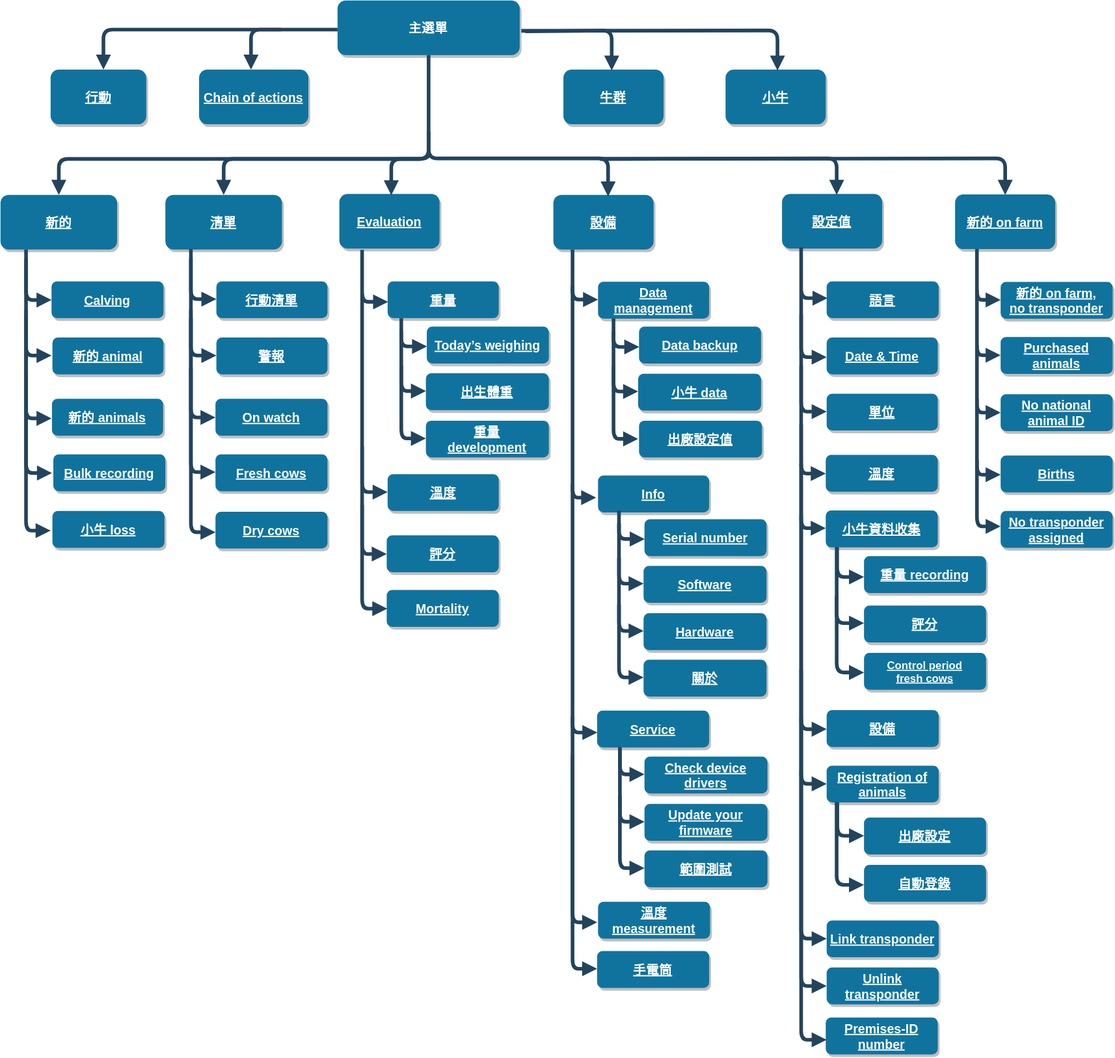
Above: content/zh/docs/menu/menu-tree.svg in erjoh001/vitalcontrol.de (draw.io), before the change. Source tidied: cells renumbered, new cells last; positions are measured from the earlier drawing's top-left corner, leaving out a move shared by most shapes.
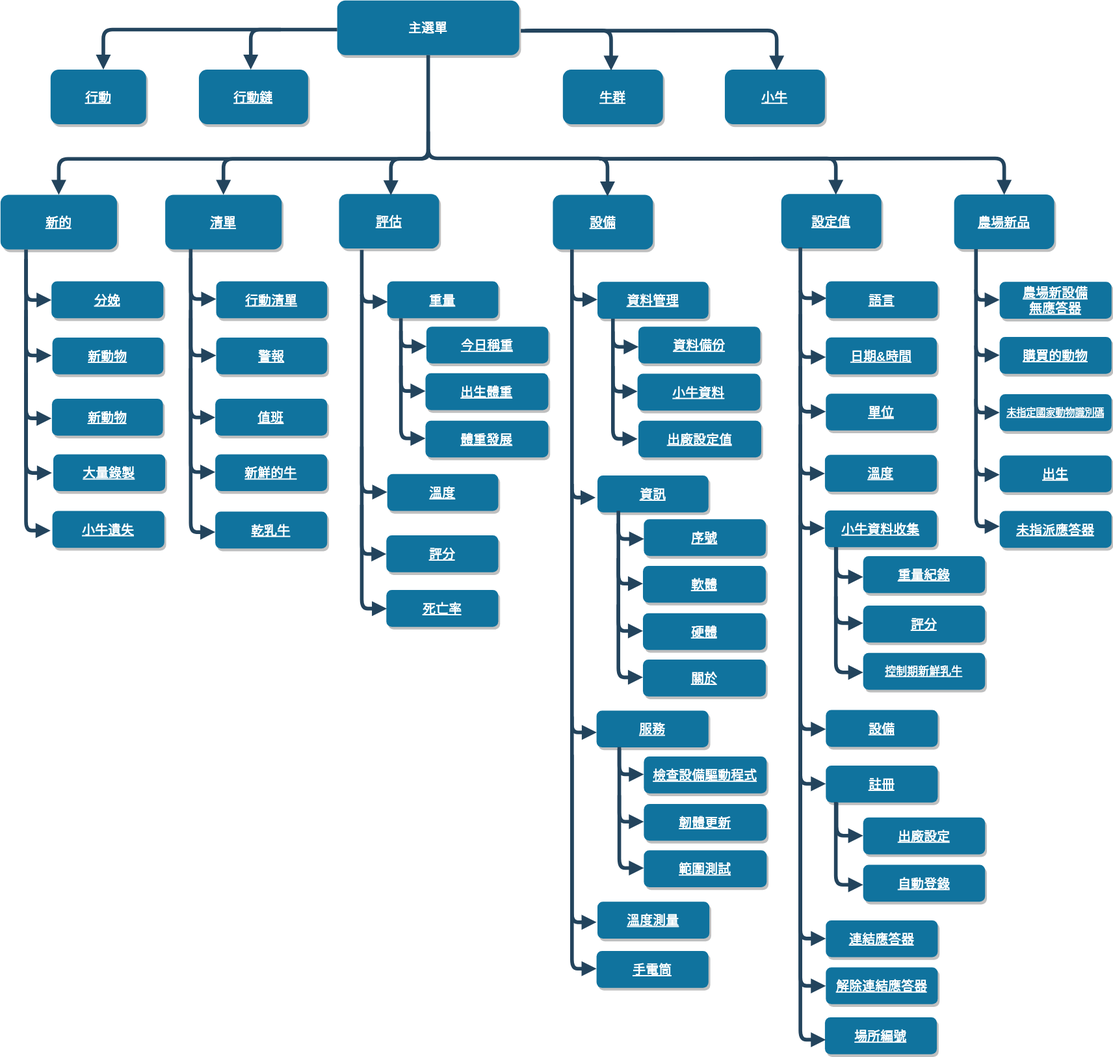
Above is the later version.

Diff of the diagram source:
```diff
@@ -16,3 +16,3 @@
     </mxCell>
-    <mxCell id="6" value="Chain of actions" style="rounded=1;fillColor=#10739E;strokeColor=none;shadow=1;gradientColor=none;fontStyle=5;fontColor=#FFFFFF;fontSize=14;" parent="1" vertex="1">
+    <mxCell id="6" value="行動鏈" style="rounded=1;fillColor=#10739E;strokeColor=none;shadow=1;gradientColor=none;fontStyle=5;fontColor=#FFFFFF;fontSize=14;" parent="1" vertex="1">
       <mxGeometry x="243" y="76" width="120" height="60" as="geometry" />
@@ -68,6 +68,6 @@
     </mxCell>
-    <mxCell id="14" value="On watch" style="rounded=1;fillColor=#10739E;strokeColor=none;shadow=1;gradientColor=none;fontStyle=5;fontColor=#FFFFFF;fontSize=14;" parent="1" vertex="1">
+    <mxCell id="14" value="值班" style="rounded=1;fillColor=#10739E;strokeColor=none;shadow=1;gradientColor=none;fontStyle=5;fontColor=#FFFFFF;fontSize=14;" parent="1" vertex="1">
       <mxGeometry x="261" y="437.5" width="123" height="40.5" as="geometry" />
     </mxCell>
-    <mxCell id="15" value="Fresh cows" style="rounded=1;fillColor=#10739E;strokeColor=none;shadow=1;gradientColor=none;fontStyle=5;fontColor=#FFFFFF;fontSize=14;" parent="1" vertex="1">
+    <mxCell id="15" value="新鮮的牛" style="rounded=1;fillColor=#10739E;strokeColor=none;shadow=1;gradientColor=none;fontStyle=5;fontColor=#FFFFFF;fontSize=14;" parent="1" vertex="1">
       <mxGeometry x="261" y="498.5" width="123" height="40.5" as="geometry" />
@@ -111,3 +111,3 @@
     </mxCell>
-    <mxCell id="20" value="Dry cows" style="rounded=1;fillColor=#10739E;strokeColor=none;shadow=1;gradientColor=none;fontStyle=5;fontColor=#FFFFFF;fontSize=14;" parent="1" vertex="1">
+    <mxCell id="20" value="乾乳牛" style="rounded=1;fillColor=#10739E;strokeColor=none;shadow=1;gradientColor=none;fontStyle=5;fontColor=#FFFFFF;fontSize=14;" parent="1" vertex="1">
       <mxGeometry x="261" y="561.5" width="123" height="40.5" as="geometry" />
@@ -117,3 +117,3 @@
     </mxCell>
-    <mxCell id="22" value="Evaluation" style="rounded=1;fillColor=#10739E;strokeColor=none;shadow=1;gradientColor=none;fontStyle=5;fontColor=#FFFFFF;fontSize=14;" parent="1" vertex="1">
+    <mxCell id="22" value="評估" style="rounded=1;fillColor=#10739E;strokeColor=none;shadow=1;gradientColor=none;fontStyle=5;fontColor=#FFFFFF;fontSize=14;" parent="1" vertex="1">
       <mxGeometry x="397" y="212.5" width="110" height="60" as="geometry" />
@@ -148,3 +148,3 @@
     </mxCell>
-    <mxCell id="30" value="Mortality" style="rounded=1;fillColor=#10739E;strokeColor=none;shadow=1;gradientColor=none;fontStyle=5;fontColor=#FFFFFF;fontSize=14;" parent="1" vertex="1">
+    <mxCell id="30" value="死亡率" style="rounded=1;fillColor=#10739E;strokeColor=none;shadow=1;gradientColor=none;fontStyle=5;fontColor=#FFFFFF;fontSize=14;" parent="1" vertex="1">
       <mxGeometry x="449" y="647.5" width="123" height="40.5" as="geometry" />
@@ -190,3 +190,3 @@
     </mxCell>
-    <mxCell id="35" value="Today’s weighing" style="rounded=1;fillColor=#10739E;strokeColor=none;shadow=1;gradientColor=none;fontStyle=5;fontColor=#FFFFFF;fontSize=14;" parent="1" vertex="1">
+    <mxCell id="35" value="今日稱重" style="rounded=1;fillColor=#10739E;strokeColor=none;shadow=1;gradientColor=none;fontStyle=5;fontColor=#FFFFFF;fontSize=14;" parent="1" vertex="1">
       <mxGeometry x="493" y="358.2" width="134" height="40.5" as="geometry" />
@@ -196,3 +196,3 @@
     </mxCell>
-    <mxCell id="37" value="重量&#10;development" style="rounded=1;fillColor=#10739E;strokeColor=none;shadow=1;gradientColor=none;fontStyle=5;fontColor=#FFFFFF;fontSize=14;" parent="1" vertex="1">
+    <mxCell id="37" value="體重發展" style="rounded=1;fillColor=#10739E;strokeColor=none;shadow=1;gradientColor=none;fontStyle=5;fontColor=#FFFFFF;fontSize=14;" parent="1" vertex="1">
       <mxGeometry x="492" y="461.5" width="135" height="40.5" as="geometry" />
@@ -240,12 +240,12 @@
     </mxCell>
-    <mxCell id="42" value="Data&#10;management" style="rounded=1;fillColor=#10739E;strokeColor=none;shadow=1;gradientColor=none;fontStyle=5;fontColor=#FFFFFF;fontSize=14;" parent="1" vertex="1">
+    <mxCell id="42" value="資料管理" style="rounded=1;fillColor=#10739E;strokeColor=none;shadow=1;gradientColor=none;fontStyle=5;fontColor=#FFFFFF;fontSize=14;" parent="1" vertex="1">
       <mxGeometry x="681" y="309" width="122" height="40.5" as="geometry" />
     </mxCell>
-    <mxCell id="43" value="Info" style="rounded=1;fillColor=#10739E;strokeColor=none;shadow=1;gradientColor=none;fontStyle=5;fontColor=#FFFFFF;fontSize=14;" parent="1" vertex="1">
+    <mxCell id="43" value="資訊" style="rounded=1;fillColor=#10739E;strokeColor=none;shadow=1;gradientColor=none;fontStyle=5;fontColor=#FFFFFF;fontSize=14;" parent="1" vertex="1">
       <mxGeometry x="681" y="521.8" width="122" height="40.5" as="geometry" />
     </mxCell>
-    <mxCell id="44" value="Service" style="rounded=1;fillColor=#10739E;strokeColor=none;shadow=1;gradientColor=none;fontStyle=5;fontColor=#FFFFFF;fontSize=14;" parent="1" vertex="1">
+    <mxCell id="44" value="服務" style="rounded=1;fillColor=#10739E;strokeColor=none;shadow=1;gradientColor=none;fontStyle=5;fontColor=#FFFFFF;fontSize=14;" parent="1" vertex="1">
       <mxGeometry x="680" y="780" width="123" height="40.5" as="geometry" />
     </mxCell>
-    <mxCell id="45" value="溫度&#10;measurement" style="rounded=1;fillColor=#10739E;strokeColor=none;shadow=1;gradientColor=none;fontStyle=5;fontColor=#FFFFFF;fontSize=14;" parent="1" vertex="1">
+    <mxCell id="45" value="溫度測量" style="rounded=1;fillColor=#10739E;strokeColor=none;shadow=1;gradientColor=none;fontStyle=5;fontColor=#FFFFFF;fontSize=14;" parent="1" vertex="1">
       <mxGeometry x="681" y="990" width="123" height="40.5" as="geometry" />
@@ -301,6 +301,6 @@
     </mxCell>
-    <mxCell id="52" value="Data backup" style="rounded=1;fillColor=#10739E;strokeColor=none;shadow=1;gradientColor=none;fontStyle=5;fontColor=#FFFFFF;fontSize=14;" parent="1" vertex="1">
+    <mxCell id="52" value="資料備份" style="rounded=1;fillColor=#10739E;strokeColor=none;shadow=1;gradientColor=none;fontStyle=5;fontColor=#FFFFFF;fontSize=14;" parent="1" vertex="1">
       <mxGeometry x="726" y="358.2" width="134" height="40.5" as="geometry" />
     </mxCell>
-    <mxCell id="53" value="小牛 data" style="rounded=1;fillColor=#10739E;strokeColor=none;shadow=1;gradientColor=none;fontStyle=5;fontColor=#FFFFFF;fontSize=14;" parent="1" vertex="1">
+    <mxCell id="53" value="小牛資料" style="rounded=1;fillColor=#10739E;strokeColor=none;shadow=1;gradientColor=none;fontStyle=5;fontColor=#FFFFFF;fontSize=14;" parent="1" vertex="1">
       <mxGeometry x="725" y="410" width="135" height="40.5" as="geometry" />
@@ -342,9 +342,9 @@
     </mxCell>
-    <mxCell id="58" value="Serial number" style="rounded=1;fillColor=#10739E;strokeColor=none;shadow=1;gradientColor=none;fontStyle=5;fontColor=#FFFFFF;fontSize=14;" parent="1" vertex="1">
+    <mxCell id="58" value="序號" style="rounded=1;fillColor=#10739E;strokeColor=none;shadow=1;gradientColor=none;fontStyle=5;fontColor=#FFFFFF;fontSize=14;" parent="1" vertex="1">
       <mxGeometry x="732" y="569.8" width="134" height="40.5" as="geometry" />
     </mxCell>
-    <mxCell id="59" value="Software" style="rounded=1;fillColor=#10739E;strokeColor=none;shadow=1;gradientColor=none;fontStyle=5;fontColor=#FFFFFF;fontSize=14;" parent="1" vertex="1">
+    <mxCell id="59" value="軟體" style="rounded=1;fillColor=#10739E;strokeColor=none;shadow=1;gradientColor=none;fontStyle=5;fontColor=#FFFFFF;fontSize=14;" parent="1" vertex="1">
       <mxGeometry x="731" y="621" width="135" height="40.5" as="geometry" />
     </mxCell>
-    <mxCell id="60" value="Hardware" style="rounded=1;fillColor=#10739E;strokeColor=none;shadow=1;gradientColor=none;fontStyle=5;fontColor=#FFFFFF;fontSize=14;" parent="1" vertex="1">
+    <mxCell id="60" value="硬體" style="rounded=1;fillColor=#10739E;strokeColor=none;shadow=1;gradientColor=none;fontStyle=5;fontColor=#FFFFFF;fontSize=14;" parent="1" vertex="1">
       <mxGeometry x="731" y="673" width="135" height="40.5" as="geometry" />
@@ -396,6 +396,6 @@
     </mxCell>
-    <mxCell id="66" value="Check device&#10;drivers" style="rounded=1;fillColor=#10739E;strokeColor=none;shadow=1;gradientColor=none;fontStyle=5;fontColor=#FFFFFF;fontSize=14;" parent="1" vertex="1">
+    <mxCell id="66" value="檢查設備驅動程式" style="rounded=1;fillColor=#10739E;strokeColor=none;shadow=1;gradientColor=none;fontStyle=5;fontColor=#FFFFFF;fontSize=14;" parent="1" vertex="1">
       <mxGeometry x="732" y="830.5" width="135" height="40.5" as="geometry" />
     </mxCell>
-    <mxCell id="67" value="Update your&#10;firmware" style="rounded=1;fillColor=#10739E;strokeColor=none;shadow=1;gradientColor=none;fontStyle=5;fontColor=#FFFFFF;fontSize=14;" parent="1" vertex="1">
+    <mxCell id="67" value="韌體更新" style="rounded=1;fillColor=#10739E;strokeColor=none;shadow=1;gradientColor=none;fontStyle=5;fontColor=#FFFFFF;fontSize=14;" parent="1" vertex="1">
       <mxGeometry x="732" y="882.5" width="135" height="40.5" as="geometry" />
@@ -435,3 +435,3 @@
     </mxCell>
-    <mxCell id="72" value="Date &amp; Time" style="rounded=1;fillColor=#10739E;strokeColor=none;shadow=1;gradientColor=none;fontStyle=5;fontColor=#FFFFFF;fontSize=14;" parent="1" vertex="1">
+    <mxCell id="72" value="日期&amp;時間" style="rounded=1;fillColor=#10739E;strokeColor=none;shadow=1;gradientColor=none;fontStyle=5;fontColor=#FFFFFF;fontSize=14;" parent="1" vertex="1">
       <mxGeometry x="932" y="370.1" width="122" height="40.5" as="geometry" />
@@ -483,3 +483,3 @@
     </mxCell>
-    <mxCell id="80" value="Registration of&#10;animals" style="rounded=1;fillColor=#10739E;strokeColor=none;shadow=1;gradientColor=none;fontStyle=5;fontColor=#FFFFFF;fontSize=14;" parent="1" vertex="1">
+    <mxCell id="80" value="註冊" style="rounded=1;fillColor=#10739E;strokeColor=none;shadow=1;gradientColor=none;fontStyle=5;fontColor=#FFFFFF;fontSize=14;" parent="1" vertex="1">
       <mxGeometry x="932" y="840.4" width="123" height="40.5" as="geometry" />
@@ -495,3 +495,3 @@
     </mxCell>
-    <mxCell id="82" value="重量 recording" style="rounded=1;fillColor=#10739E;strokeColor=none;shadow=1;gradientColor=none;fontStyle=5;fontColor=#FFFFFF;fontSize=14;" parent="1" vertex="1">
+    <mxCell id="82" value="重量紀錄" style="rounded=1;fillColor=#10739E;strokeColor=none;shadow=1;gradientColor=none;fontStyle=5;fontColor=#FFFFFF;fontSize=14;" parent="1" vertex="1">
       <mxGeometry x="973" y="610.4" width="134" height="40.5" as="geometry" />
@@ -586,9 +586,9 @@
     </mxCell>
-    <mxCell id="93" value="Calving" style="rounded=1;fillColor=#10739E;strokeColor=none;shadow=1;gradientColor=none;fontStyle=5;fontColor=#FFFFFF;fontSize=14;" parent="1" vertex="1">
+    <mxCell id="93" value="分娩" style="rounded=1;fillColor=#10739E;strokeColor=none;shadow=1;gradientColor=none;fontStyle=5;fontColor=#FFFFFF;fontSize=14;" parent="1" vertex="1">
       <mxGeometry x="81" y="308.5" width="123" height="40.5" as="geometry" />
     </mxCell>
-    <mxCell id="94" value="新的 animals" style="rounded=1;fillColor=#10739E;strokeColor=none;shadow=1;gradientColor=none;fontStyle=5;fontColor=#FFFFFF;fontSize=14;" parent="1" vertex="1">
+    <mxCell id="94" value="新動物" style="rounded=1;fillColor=#10739E;strokeColor=none;shadow=1;gradientColor=none;fontStyle=5;fontColor=#FFFFFF;fontSize=14;" parent="1" vertex="1">
       <mxGeometry x="81.5" y="437.5" width="122" height="40.5" as="geometry" />
     </mxCell>
-    <mxCell id="95" value="新的 animal" style="rounded=1;fillColor=#10739E;strokeColor=none;shadow=1;gradientColor=none;fontStyle=5;fontColor=#FFFFFF;fontSize=14;" parent="1" vertex="1">
+    <mxCell id="95" value="新動物" style="rounded=1;fillColor=#10739E;strokeColor=none;shadow=1;gradientColor=none;fontStyle=5;fontColor=#FFFFFF;fontSize=14;" parent="1" vertex="1">
       <mxGeometry x="82" y="370.2" width="122" height="40.5" as="geometry" />
@@ -605,6 +605,6 @@
     </mxCell>
-    <mxCell id="97" value="Bulk recording" style="rounded=1;fillColor=#10739E;strokeColor=none;shadow=1;gradientColor=none;fontStyle=5;fontColor=#FFFFFF;fontSize=14;" parent="1" vertex="1">
+    <mxCell id="97" value="大量錄製" style="rounded=1;fillColor=#10739E;strokeColor=none;shadow=1;gradientColor=none;fontStyle=5;fontColor=#FFFFFF;fontSize=14;" parent="1" vertex="1">
       <mxGeometry x="83" y="498.5" width="123" height="40.5" as="geometry" />
     </mxCell>
-    <mxCell id="98" value="小牛 loss" style="rounded=1;fillColor=#10739E;strokeColor=none;shadow=1;gradientColor=none;fontStyle=5;fontColor=#FFFFFF;fontSize=14;" parent="1" vertex="1">
+    <mxCell id="98" value="小牛遺失" style="rounded=1;fillColor=#10739E;strokeColor=none;shadow=1;gradientColor=none;fontStyle=5;fontColor=#FFFFFF;fontSize=14;" parent="1" vertex="1">
       <mxGeometry x="82" y="560.8" width="123" height="40.5" as="geometry" />
@@ -626,3 +626,3 @@
     </mxCell>
-    <mxCell id="101" value="Control period&#10;fresh cows" style="rounded=1;fillColor=#10739E;strokeColor=none;shadow=1;gradientColor=none;fontStyle=5;fontColor=#FFFFFF;fontSize=12;" parent="1" vertex="1">
+    <mxCell id="101" value="控制期新鮮乳牛" style="rounded=1;fillColor=#10739E;strokeColor=none;shadow=1;gradientColor=none;fontStyle=5;fontColor=#FFFFFF;fontSize=12;" parent="1" vertex="1">
       <mxGeometry x="973" y="716.6" width="134" height="40.5" as="geometry" />
@@ -667,3 +667,3 @@
     </mxCell>
-    <mxCell id="107" value="Link transponder" style="rounded=1;fillColor=#10739E;strokeColor=none;shadow=1;gradientColor=none;fontStyle=5;fontColor=#FFFFFF;fontSize=14;" parent="1" vertex="1">
+    <mxCell id="107" value="連結應答器" style="rounded=1;fillColor=#10739E;strokeColor=none;shadow=1;gradientColor=none;fontStyle=5;fontColor=#FFFFFF;fontSize=14;" parent="1" vertex="1">
       <mxGeometry x="932" y="1010.4" width="123" height="40.5" as="geometry" />
@@ -680,3 +680,3 @@
     </mxCell>
-    <mxCell id="109" value="Premises-ID&#10;number" style="rounded=1;fillColor=#10739E;strokeColor=none;shadow=1;gradientColor=none;fontStyle=5;fontColor=#FFFFFF;fontSize=14;" parent="1" vertex="1">
+    <mxCell id="109" value="場所編號" style="rounded=1;fillColor=#10739E;strokeColor=none;shadow=1;gradientColor=none;fontStyle=5;fontColor=#FFFFFF;fontSize=14;" parent="1" vertex="1">
       <mxGeometry x="931" y="1117" width="123" height="40.5" as="geometry" />
@@ -705,3 +705,3 @@
     </mxCell>
-    <mxCell id="113" value="新的 on farm" style="rounded=1;fillColor=#10739E;strokeColor=none;shadow=1;gradientColor=none;fontStyle=5;fontColor=#FFFFFF;fontSize=14;" parent="1" vertex="1">
+    <mxCell id="113" value="農場新品" style="rounded=1;fillColor=#10739E;strokeColor=none;shadow=1;gradientColor=none;fontStyle=5;fontColor=#FFFFFF;fontSize=14;" parent="1" vertex="1">
       <mxGeometry x="1073" y="213.1" width="110" height="60" as="geometry" />
@@ -716,6 +716,6 @@
     </mxCell>
-    <mxCell id="115" value="新的 on farm,&#10;no transponder" style="rounded=1;fillColor=#10739E;strokeColor=none;shadow=1;gradientColor=none;fontStyle=5;fontColor=#FFFFFF;fontSize=14;" parent="1" vertex="1">
+    <mxCell id="115" value="農場新設備&#10;無應答器" style="rounded=1;fillColor=#10739E;strokeColor=none;shadow=1;gradientColor=none;fontStyle=5;fontColor=#FFFFFF;fontSize=14;" parent="1" vertex="1">
       <mxGeometry x="1123" y="309.1" width="123" height="40.5" as="geometry" />
     </mxCell>
-    <mxCell id="116" value="Purchased&#10;animals" style="rounded=1;fillColor=#10739E;strokeColor=none;shadow=1;gradientColor=none;fontStyle=5;fontColor=#FFFFFF;fontSize=14;" parent="1" vertex="1">
+    <mxCell id="116" value="購買的動物" style="rounded=1;fillColor=#10739E;strokeColor=none;shadow=1;gradientColor=none;fontStyle=5;fontColor=#FFFFFF;fontSize=14;" parent="1" vertex="1">
       <mxGeometry x="1123" y="369.6" width="123" height="40.5" as="geometry" />
@@ -730,3 +730,3 @@
     </mxCell>
-    <mxCell id="118" value="No national&#10;animal ID" style="rounded=1;fillColor=#10739E;strokeColor=none;shadow=1;gradientColor=none;fontStyle=5;fontColor=#FFFFFF;fontSize=14;" parent="1" vertex="1">
+    <mxCell id="118" value="未指定國家動物識別碼" style="rounded=1;fillColor=#10739E;strokeColor=none;shadow=1;gradientColor=none;fontStyle=5;fontColor=#FFFFFF;fontSize=11;" parent="1" vertex="1">
       <mxGeometry x="1123" y="432.5" width="123" height="40.5" as="geometry" />
@@ -741,6 +741,6 @@
     </mxCell>
-    <mxCell id="120" value="Births" style="rounded=1;fillColor=#10739E;strokeColor=none;shadow=1;gradientColor=none;fontStyle=5;fontColor=#FFFFFF;fontSize=14;" parent="1" vertex="1">
+    <mxCell id="120" value="出生" style="rounded=1;fillColor=#10739E;strokeColor=none;shadow=1;gradientColor=none;fontStyle=5;fontColor=#FFFFFF;fontSize=14;" parent="1" vertex="1">
       <mxGeometry x="1123" y="499.8" width="123" height="40.5" as="geometry" />
     </mxCell>
-    <mxCell id="121" value="No transponder&#10;assigned" style="rounded=1;fillColor=#10739E;strokeColor=none;shadow=1;gradientColor=none;fontStyle=5;fontColor=#FFFFFF;fontSize=14;" parent="1" vertex="1">
+    <mxCell id="121" value="未指派應答器" style="rounded=1;fillColor=#10739E;strokeColor=none;shadow=1;gradientColor=none;fontStyle=5;fontColor=#FFFFFF;fontSize=14;" parent="1" vertex="1">
       <mxGeometry x="1123" y="560.8" width="123" height="40.5" as="geometry" />
@@ -783,3 +783,3 @@
     </mxCell>
-    <mxCell id="126" value="Unlink &#10;transponder" style="rounded=1;fillColor=#10739E;strokeColor=none;shadow=1;gradientColor=none;fontStyle=5;fontColor=#FFFFFF;fontSize=14;" parent="1" vertex="1">
+    <mxCell id="126" value="解除連結應答器" style="rounded=1;fillColor=#10739E;strokeColor=none;shadow=1;gradientColor=none;fontStyle=5;fontColor=#FFFFFF;fontSize=14;" parent="1" vertex="1">
       <mxGeometry x="932" y="1062" width="123" height="40.5" as="geometry" />
```
